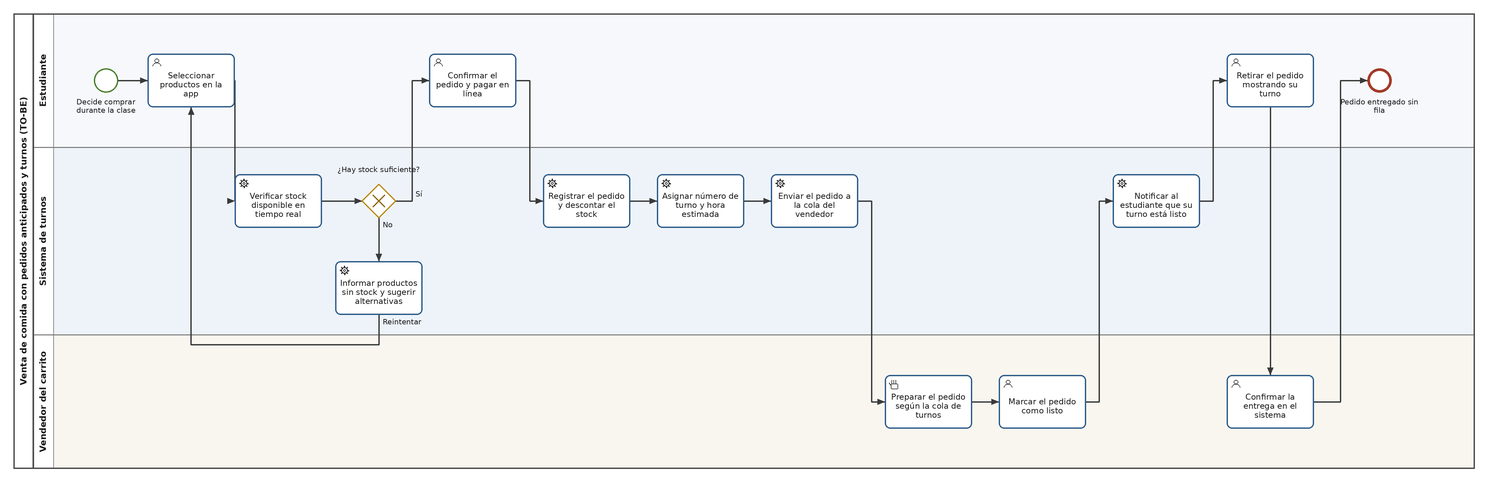
The BPMN diagram diagramas/to-be.png in Sysfood/OptimizacionCarrito, before a commit. Its source is kept beside it as diagramas/to-be.bpmn. Ids are renumbered.
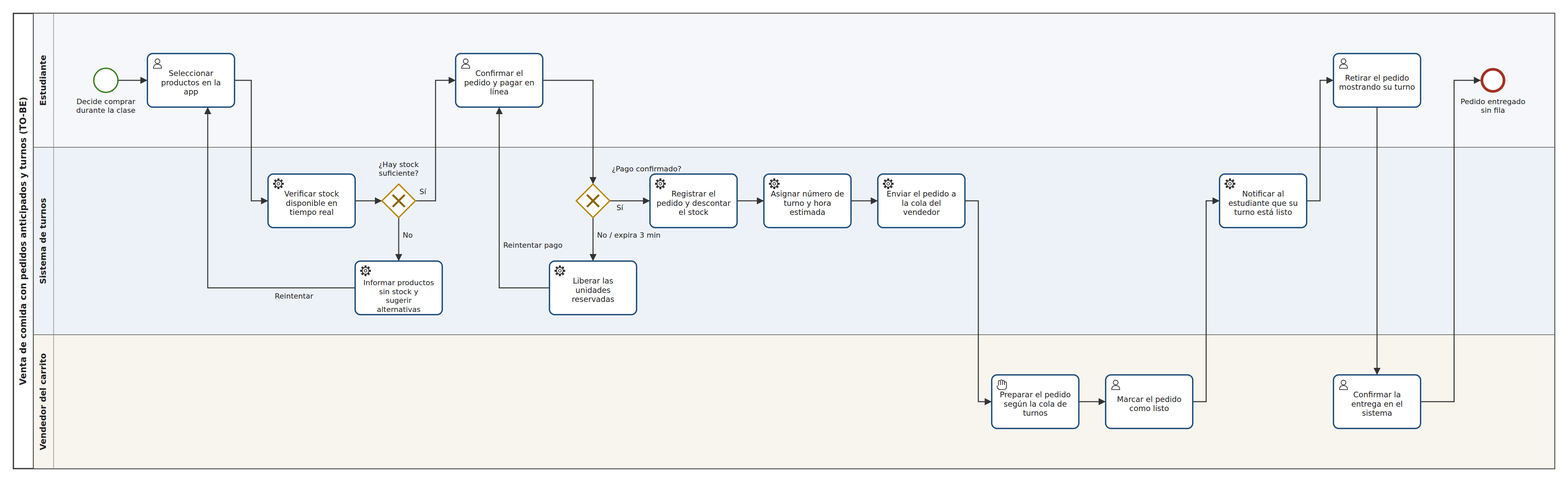
The same diagram one commit later.

Commit message:
Actualiza diagrama TO-BE con flujo de pago fallido

Change to the diagram source:
```diff
@@ -15,6 +15,8 @@
         <bpmn:flowNodeRef>Tb_verificar</bpmn:flowNodeRef>
         <bpmn:flowNodeRef>Gw_stock</bpmn:flowNodeRef>
         <bpmn:flowNodeRef>Tb_sinstock</bpmn:flowNodeRef>
+        <bpmn:flowNodeRef>Gw_pago</bpmn:flowNodeRef>
+        <bpmn:flowNodeRef>Tb_liberar</bpmn:flowNodeRef>
         <bpmn:flowNodeRef>Tb_registrar</bpmn:flowNodeRef>
         <bpmn:flowNodeRef>Tb_turno</bpmn:flowNodeRef>
         <bpmn:flowNodeRef>Tb_notificar_v</bpmn:flowNodeRef>
@@ -49,10 +51,20 @@
     </bpmn:serviceTask>
     <bpmn:userTask id="Tb_pagar" name="Confirmar el pedido y pagar en línea">
       <bpmn:incoming>Fb_04</bpmn:incoming>
+      <bpmn:incoming>Fb_18</bpmn:incoming>
       <bpmn:outgoing>Fb_07</bpmn:outgoing>
     </bpmn:userTask>
+    <bpmn:exclusiveGateway id="Gw_pago" name="¿Pago confirmado?">
+      <bpmn:incoming>Fb_07</bpmn:incoming>
+      <bpmn:outgoing>Fb_16</bpmn:outgoing>
+      <bpmn:outgoing>Fb_17</bpmn:outgoing>
+    </bpmn:exclusiveGateway>
+    <bpmn:serviceTask id="Tb_liberar" name="Liberar las unidades reservadas">
+      <bpmn:incoming>Fb_17</bpmn:incoming>
+      <bpmn:outgoing>Fb_18</bpmn:outgoing>
+    </bpmn:serviceTask>
     <bpmn:serviceTask id="Tb_registrar" name="Registrar el pedido y descontar el stock">
-      <bpmn:incoming>Fb_07</bpmn:incoming>
+      <bpmn:incoming>Fb_16</bpmn:incoming>
       <bpmn:outgoing>Fb_08</bpmn:outgoing>
     </bpmn:serviceTask>
     <bpmn:serviceTask id="Tb_turno" name="Asignar número de turno y hora estimada">
@@ -92,7 +104,10 @@
     <bpmn:sequenceFlow id="Fb_04" name="Sí" sourceRef="Gw_stock" targetRef="Tb_pagar" />
     <bpmn:sequenceFlow id="Fb_05" name="No" sourceRef="Gw_stock" targetRef="Tb_sinstock" />
     <bpmn:sequenceFlow id="Fb_06" name="Reintentar" sourceRef="Tb_sinstock" targetRef="Tb_seleccionar" />
-    <bpmn:sequenceFlow id="Fb_07" sourceRef="Tb_pagar" targetRef="Tb_registrar" />
+    <bpmn:sequenceFlow id="Fb_07" sourceRef="Tb_pagar" targetRef="Gw_pago" />
+    <bpmn:sequenceFlow id="Fb_16" name="Sí" sourceRef="Gw_pago" targetRef="Tb_registrar" />
+    <bpmn:sequenceFlow id="Fb_17" name="No / expira 3 min" sourceRef="Gw_pago" targetRef="Tb_liberar" />
+    <bpmn:sequenceFlow id="Fb_18" name="Reintentar pago" sourceRef="Tb_liberar" targetRef="Tb_pagar" />
     <bpmn:sequenceFlow id="Fb_08" sourceRef="Tb_registrar" targetRef="Tb_turno" />
     <bpmn:sequenceFlow id="Fb_09" sourceRef="Tb_turno" targetRef="Tb_notificar_v" />
     <bpmn:sequenceFlow id="Fb_10" sourceRef="Tb_notificar_v" targetRef="Tb_preparar" />
@@ -105,16 +120,16 @@
   <bpmndi:BPMNDiagram id="BPMNDiagram_1">
     <bpmndi:BPMNPlane id="BPMNPlane_1" bpmnElement="Collaboration_1">
       <bpmndi:BPMNShape id="Participant_1_di" bpmnElement="Participant_1" isHorizontal="true">
-        <dc:Bounds x="140" y="80" width="2180" height="680" />
+        <dc:Bounds x="140" y="80" width="2300" height="680" />
       </bpmndi:BPMNShape>
       <bpmndi:BPMNShape id="Lane_est_di" bpmnElement="Lane_est" isHorizontal="true">
-        <dc:Bounds x="170" y="80" width="2150" height="200" />
+        <dc:Bounds x="170" y="80" width="2270" height="200" />
       </bpmndi:BPMNShape>
       <bpmndi:BPMNShape id="Lane_sis_di" bpmnElement="Lane_sis" isHorizontal="true">
-        <dc:Bounds x="170" y="280" width="2150" height="280" />
+        <dc:Bounds x="170" y="280" width="2270" height="280" />
       </bpmndi:BPMNShape>
       <bpmndi:BPMNShape id="Lane_ven_di" bpmnElement="Lane_ven" isHorizontal="true">
-        <dc:Bounds x="170" y="560" width="2150" height="200" />
+        <dc:Bounds x="170" y="560" width="2270" height="200" />
       </bpmndi:BPMNShape>
       <bpmndi:BPMNShape id="Ev_inicio_di" bpmnElement="Ev_inicio">
         <dc:Bounds x="260" y="162" width="36" height="36" />
@@ -126,48 +141,57 @@
         <dc:Bounds x="340" y="140" width="130" height="80" />
       </bpmndi:BPMNShape>
       <bpmndi:BPMNShape id="Tb_verificar_di" bpmnElement="Tb_verificar">
-        <dc:Bounds x="470" y="320" width="130" height="80" />
+        <dc:Bounds x="520" y="320" width="130" height="80" />
       </bpmndi:BPMNShape>
       <bpmndi:BPMNShape id="Gw_stock_di" bpmnElement="Gw_stock" isMarkerVisible="true">
-        <dc:Bounds x="660" y="335" width="50" height="50" />
+        <dc:Bounds x="690" y="335" width="50" height="50" />
         <bpmndi:BPMNLabel>
-          <dc:Bounds x="625" y="391" width="120" height="30" />
+          <dc:Bounds x="655" y="298" width="120" height="30" />
         </bpmndi:BPMNLabel>
       </bpmndi:BPMNShape>
       <bpmndi:BPMNShape id="Tb_sinstock_di" bpmnElement="Tb_sinstock">
-        <dc:Bounds x="620" y="450" width="130" height="80" />
+        <dc:Bounds x="650" y="450" width="130" height="80" />
       </bpmndi:BPMNShape>
       <bpmndi:BPMNShape id="Tb_pagar_di" bpmnElement="Tb_pagar">
-        <dc:Bounds x="760" y="140" width="130" height="80" />
+        <dc:Bounds x="800" y="140" width="130" height="80" />
+      </bpmndi:BPMNShape>
+      <bpmndi:BPMNShape id="Gw_pago_di" bpmnElement="Gw_pago" isMarkerVisible="true">
+        <dc:Bounds x="980" y="335" width="50" height="50" />
+        <bpmndi:BPMNLabel>
+          <dc:Bounds x="1030" y="298" width="110" height="30" />
+        </bpmndi:BPMNLabel>
+      </bpmndi:BPMNShape>
+      <bpmndi:BPMNShape id="Tb_liberar_di" bpmnElement="Tb_liberar">
+        <dc:Bounds x="940" y="450" width="130" height="80" />
       </bpmndi:BPMNShape>
       <bpmndi:BPMNShape id="Tb_registrar_di" bpmnElement="Tb_registrar">
-        <dc:Bounds x="930" y="320" width="130" height="80" />
+        <dc:Bounds x="1090" y="320" width="130" height="80" />
       </bpmndi:BPMNShape>
       <bpmndi:BPMNShape id="Tb_turno_di" bpmnElement="Tb_turno">
-        <dc:Bounds x="1100" y="320" width="130" height="80" />
+        <dc:Bounds x="1260" y="320" width="130" height="80" />
       </bpmndi:BPMNShape>
       <bpmndi:BPMNShape id="Tb_notificar_v_di" bpmnElement="Tb_notificar_v">
-        <dc:Bounds x="1270" y="320" width="130" height="80" />
+        <dc:Bounds x="1430" y="320" width="130" height="80" />
       </bpmndi:BPMNShape>
       <bpmndi:BPMNShape id="Tb_preparar_di" bpmnElement="Tb_preparar">
-        <dc:Bounds x="1440" y="620" width="130" height="80" />
+        <dc:Bounds x="1600" y="620" width="130" height="80" />
       </bpmndi:BPMNShape>
       <bpmndi:BPMNShape id="Tb_listo_di" bpmnElement="Tb_listo">
-        <dc:Bounds x="1610" y="620" width="130" height="80" />
+        <dc:Bounds x="1770" y="620" width="130" height="80" />
       </bpmndi:BPMNShape>
       <bpmndi:BPMNShape id="Tb_avisar_di" bpmnElement="Tb_avisar">
-        <dc:Bounds x="1780" y="320" width="130" height="80" />
+        <dc:Bounds x="1940" y="320" width="130" height="80" />
       </bpmndi:BPMNShape>
       <bpmndi:BPMNShape id="Tb_retirar_di" bpmnElement="Tb_retirar">
-        <dc:Bounds x="1950" y="140" width="130" height="80" />
+        <dc:Bounds x="2110" y="140" width="130" height="80" />
       </bpmndi:BPMNShape>
       <bpmndi:BPMNShape id="Tb_entrega_di" bpmnElement="Tb_entrega">
-        <dc:Bounds x="1950" y="620" width="130" height="80" />
+        <dc:Bounds x="2110" y="620" width="130" height="80" />
       </bpmndi:BPMNShape>
       <bpmndi:BPMNShape id="Ev_fin_di" bpmnElement="Ev_fin">
-        <dc:Bounds x="2160" y="162" width="36" height="36" />
+        <dc:Bounds x="2330" y="162" width="36" height="36" />
         <bpmndi:BPMNLabel>
-          <dc:Bounds x="2118" y="204" width="120" height="30" />
+          <dc:Bounds x="2288" y="204" width="120" height="30" />
         </bpmndi:BPMNLabel>
       </bpmndi:BPMNShape>
       <bpmndi:BPMNEdge id="Fb_01_di" bpmnElement="Fb_01">
@@ -176,88 +200,104 @@
       </bpmndi:BPMNEdge>
       <bpmndi:BPMNEdge id="Fb_02_di" bpmnElement="Fb_02">
         <di:waypoint x="470" y="180" />
-        <di:waypoint x="470" y="180" />
-        <di:waypoint x="470" y="360" />
-        <di:waypoint x="470" y="360" />
+        <di:waypoint x="495" y="180" />
+        <di:waypoint x="495" y="360" />
+        <di:waypoint x="520" y="360" />
       </bpmndi:BPMNEdge>
       <bpmndi:BPMNEdge id="Fb_03_di" bpmnElement="Fb_03">
-        <di:waypoint x="600" y="360" />
-        <di:waypoint x="660" y="360" />
+        <di:waypoint x="650" y="360" />
+        <di:waypoint x="690" y="360" />
       </bpmndi:BPMNEdge>
       <bpmndi:BPMNEdge id="Fb_04_di" bpmnElement="Fb_04">
-        <di:waypoint x="710" y="360" />
-        <di:waypoint x="735" y="360" />
-        <di:waypoint x="735" y="180" />
-        <di:waypoint x="760" y="180" />
+        <di:waypoint x="740" y="360" />
+        <di:waypoint x="770" y="360" />
+        <di:waypoint x="770" y="180" />
+        <di:waypoint x="800" y="180" />
         <bpmndi:BPMNLabel>
-          <dc:Bounds x="739" y="162" width="40" height="14" />
+          <dc:Bounds x="746" y="340" width="20" height="14" />
         </bpmndi:BPMNLabel>
       </bpmndi:BPMNEdge>
       <bpmndi:BPMNEdge id="Fb_05_di" bpmnElement="Fb_05">
-        <di:waypoint x="685" y="385" />
-        <di:waypoint x="685" y="430" />
-        <di:waypoint x="685" y="430" />
-        <di:waypoint x="685" y="450" />
+        <di:waypoint x="715" y="385" />
+        <di:waypoint x="715" y="450" />
         <bpmndi:BPMNLabel>
-          <dc:Bounds x="689" y="412" width="40" height="14" />
+          <dc:Bounds x="721" y="405" width="20" height="14" />
         </bpmndi:BPMNLabel>
       </bpmndi:BPMNEdge>
       <bpmndi:BPMNEdge id="Fb_06_di" bpmnElement="Fb_06">
-        <di:waypoint x="685" y="530" />
-        <di:waypoint x="685" y="575" />
-        <di:waypoint x="405" y="575" />
-        <di:waypoint x="405" y="220" />
+        <di:waypoint x="650" y="490" />
+        <di:waypoint x="430" y="490" />
+        <di:waypoint x="430" y="220" />
         <bpmndi:BPMNLabel>
-          <dc:Bounds x="409" y="557" width="40" height="14" />
+          <dc:Bounds x="530" y="496" width="70" height="14" />
         </bpmndi:BPMNLabel>
       </bpmndi:BPMNEdge>
       <bpmndi:BPMNEdge id="Fb_07_di" bpmnElement="Fb_07">
-        <di:waypoint x="890" y="180" />
-        <di:waypoint x="910" y="180" />
-        <di:waypoint x="910" y="360" />
-        <di:waypoint x="930" y="360" />
+        <di:waypoint x="930" y="180" />
+        <di:waypoint x="1005" y="180" />
+        <di:waypoint x="1005" y="335" />
+      </bpmndi:BPMNEdge>
+      <bpmndi:BPMNEdge id="Fb_16_di" bpmnElement="Fb_16">
+        <di:waypoint x="1030" y="360" />
+        <di:waypoint x="1090" y="360" />
+        <bpmndi:BPMNLabel>
+          <dc:Bounds x="1040" y="364" width="20" height="14" />
+        </bpmndi:BPMNLabel>
+      </bpmndi:BPMNEdge>
+      <bpmndi:BPMNEdge id="Fb_17_di" bpmnElement="Fb_17">
+        <di:waypoint x="1005" y="385" />
+        <di:waypoint x="1005" y="450" />
+        <bpmndi:BPMNLabel>
+          <dc:Bounds x="1011" y="405" width="110" height="14" />
+        </bpmndi:BPMNLabel>
+      </bpmndi:BPMNEdge>
+      <bpmndi:BPMNEdge id="Fb_18_di" bpmnElement="Fb_18">
+        <di:waypoint x="940" y="490" />
+        <di:waypoint x="865" y="490" />
+        <di:waypoint x="865" y="220" />
+        <bpmndi:BPMNLabel>
+          <dc:Bounds x="871" y="420" width="95" height="14" />
+        </bpmndi:BPMNLabel>
       </bpmndi:BPMNEdge>
       <bpmndi:BPMNEdge id="Fb_08_di" bpmnElement="Fb_08">
-        <di:waypoint x="1060" y="360" />
-        <di:waypoint x="1100" y="360" />
+        <di:waypoint x="1220" y="360" />
+        <di:waypoint x="1260" y="360" />
       </bpmndi:BPMNEdge>
       <bpmndi:BPMNEdge id="Fb_09_di" bpmnElement="Fb_09">
-        <di:waypoint x="1230" y="360" />
-        <di:waypoint x="1270" y="360" />
+        <di:waypoint x="1390" y="360" />
+        <di:waypoint x="1430" y="360" />
       </bpmndi:BPMNEdge>
       <bpmndi:BPMNEdge id="Fb_10_di" bpmnElement="Fb_10">
-        <di:waypoint x="1400" y="360" />
-        <di:waypoint x="1420" y="360" />
-        <di:waypoint x="1420" y="660" />
-        <di:waypoint x="1440" y="660" />
+        <di:waypoint x="1560" y="360" />
+        <di:waypoint x="1580" y="360" />
+        <di:waypoint x="1580" y="660" />
+        <di:waypoint x="1600" y="660" />
       </bpmndi:BPMNEdge>
       <bpmndi:BPMNEdge id="Fb_11_di" bpmnElement="Fb_11">
-        <di:waypoint x="1570" y="660" />
-        <di:waypoint x="1610" y="660" />
+        <di:waypoint x="1730" y="660" />
+        <di:waypoint x="1770" y="660" />
       </bpmndi:BPMNEdge>
       <bpmndi:BPMNEdge id="Fb_12_di" bpmnElement="Fb_12">
-        <di:waypoint x="1740" y="660" />
-        <di:waypoint x="1760" y="660" />
-        <di:waypoint x="1760" y="360" />
-        <di:waypoint x="1780" y="360" />
+        <di:waypoint x="1900" y="660" />
+        <di:waypoint x="1920" y="660" />
+        <di:waypoint x="1920" y="360" />
+        <di:waypoint x="1940" y="360" />
       </bpmndi:BPMNEdge>
       <bpmndi:BPMNEdge id="Fb_13_di" bpmnElement="Fb_13">
-        <di:waypoint x="1910" y="360" />
-        <di:waypoint x="1930" y="360" />
-        <di:waypoint x="1930" y="180" />
-        <di:waypoint x="1950" y="180" />
+        <di:waypoint x="2070" y="360" />
+        <di:waypoint x="2090" y="360" />
+        <di:waypoint x="2090" y="180" />
+        <di:waypoint x="2110" y="180" />
       </bpmndi:BPMNEdge>
       <bpmndi:BPMNEdge id="Fb_14_di" bpmnElement="Fb_14">
-        <di:waypoint x="2015" y="220" />
-        <di:waypoint x="2015" y="600" />
-        <di:waypoint x="2015" y="600" />
-        <di:waypoint x="2015" y="620" />
+        <di:waypoint x="2175" y="220" />
+        <di:waypoint x="2175" y="620" />
       </bpmndi:BPMNEdge>
       <bpmndi:BPMNEdge id="Fb_15_di" bpmnElement="Fb_15">
-        <di:waypoint x="2080" y="660" />
-        <di:waypoint x="2120" y="660" />
-        <di:waypoint x="2120" y="180" />
-        <di:waypoint x="2160" y="180" />
+        <di:waypoint x="2240" y="660" />
+        <di:waypoint x="2290" y="660" />
+        <di:waypoint x="2290" y="180" />
+        <di:waypoint x="2330" y="180" />
       </bpmndi:BPMNEdge>
     </bpmndi:BPMNPlane>
   </bpmndi:BPMNDiagram>
```
